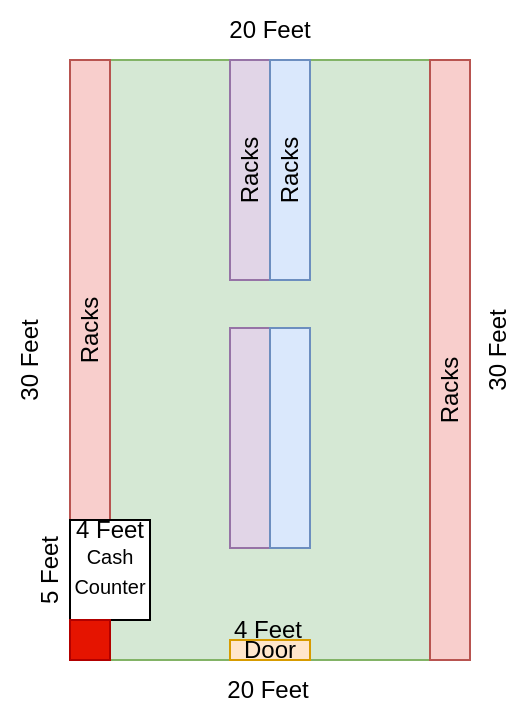
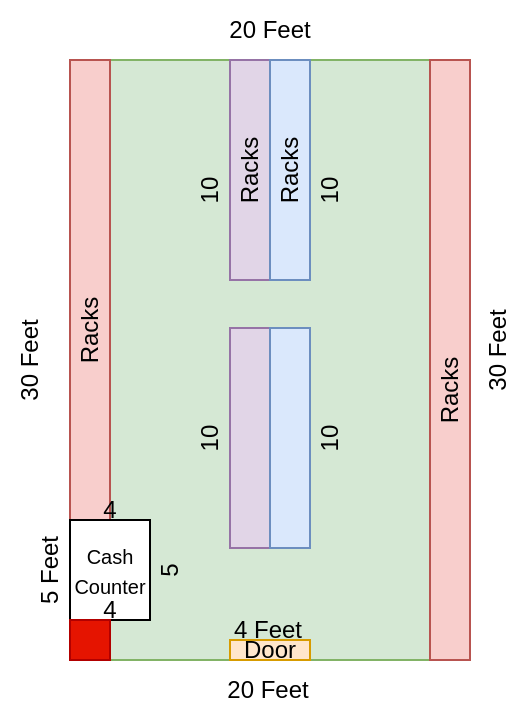
<mxfile host="app.diagrams.net">
  <diagram name="Page-1" id="zG6hiOXuOmAUIq7qCYwK">
    <mxGraphModel dx="651" dy="364" grid="1" gridSize="10" guides="1" tooltips="1" connect="1" arrows="1" fold="1" page="1" pageScale="1" pageWidth="827" pageHeight="1169" math="0" shadow="0">
      <root>
        <mxCell id="0" />
        <mxCell id="1" parent="0" />
        <mxCell id="E7O0KfWV2V88D2bBGpZ0-1" parent="1" style="whiteSpace=wrap;html=1;fillColor=#d5e8d4;strokeColor=#82b366;" value="" vertex="1">
          <mxGeometry height="300" width="200" x="230" y="170" as="geometry" />
        </mxCell>
        <mxCell id="E7O0KfWV2V88D2bBGpZ0-2" parent="1" style="whiteSpace=wrap;html=1;fillColor=#f8cecc;strokeColor=#b85450;" value="" vertex="1">
          <mxGeometry height="230" width="20" x="230" y="170" as="geometry" />
        </mxCell>
        <mxCell id="E7O0KfWV2V88D2bBGpZ0-3" parent="1" style="whiteSpace=wrap;html=1;fillColor=#f8cecc;strokeColor=#b85450;" value="" vertex="1">
          <mxGeometry height="300" width="20" x="410" y="170" as="geometry" />
        </mxCell>
        <mxCell id="E7O0KfWV2V88D2bBGpZ0-4" parent="1" style="whiteSpace=wrap;html=1;fillColor=#e1d5e7;strokeColor=#9673a6;" value="" vertex="1">
          <mxGeometry height="110" width="20" x="310" y="170" as="geometry" />
        </mxCell>
        <mxCell id="E7O0KfWV2V88D2bBGpZ0-5" parent="1" style="whiteSpace=wrap;html=1;fillColor=#dae8fc;strokeColor=#6c8ebf;" value="" vertex="1">
          <mxGeometry height="110" width="20" x="330" y="170" as="geometry" />
        </mxCell>
        <mxCell id="E7O0KfWV2V88D2bBGpZ0-6" parent="1" style="whiteSpace=wrap;html=1;" value="&lt;font style=&quot;font-size: 10px;&quot;&gt;Cash&lt;/font&gt;&lt;div&gt;&lt;font style=&quot;font-size: 10px;&quot;&gt;Counter&lt;/font&gt;&lt;/div&gt;" vertex="1">
          <mxGeometry height="50" width="40" x="230" y="400" as="geometry" />
        </mxCell>
        <mxCell id="E7O0KfWV2V88D2bBGpZ0-7" parent="1" style="text;html=1;whiteSpace=wrap;strokeColor=none;fillColor=none;align=center;verticalAlign=middle;rounded=0;rotation=270;" value="Racks" vertex="1">
          <mxGeometry height="30" width="60" x="310" y="210" as="geometry" />
        </mxCell>
        <mxCell id="E7O0KfWV2V88D2bBGpZ0-8" parent="1" style="text;html=1;whiteSpace=wrap;strokeColor=none;fillColor=none;align=center;verticalAlign=middle;rounded=0;rotation=270;" value="Racks" vertex="1">
          <mxGeometry height="30" width="60" x="390" y="320" as="geometry" />
        </mxCell>
        <mxCell id="E7O0KfWV2V88D2bBGpZ0-9" parent="1" style="text;html=1;whiteSpace=wrap;strokeColor=none;fillColor=none;align=center;verticalAlign=middle;rounded=0;rotation=270;" value="Racks" vertex="1">
          <mxGeometry height="30" width="60" x="290" y="210" as="geometry" />
        </mxCell>
        <mxCell id="E7O0KfWV2V88D2bBGpZ0-10" parent="1" style="text;html=1;whiteSpace=wrap;strokeColor=none;fillColor=none;align=center;verticalAlign=middle;rounded=0;rotation=270;" value="Racks" vertex="1">
          <mxGeometry height="30" width="60" x="210" y="290" as="geometry" />
        </mxCell>
        <mxCell id="E7O0KfWV2V88D2bBGpZ0-11" parent="1" style="text;html=1;whiteSpace=wrap;strokeColor=#d79b00;fillColor=#ffe6cc;align=center;verticalAlign=middle;rounded=0;" value="Door" vertex="1">
          <mxGeometry height="10" width="40" x="310" y="460" as="geometry" />
        </mxCell>
        <mxCell id="E7O0KfWV2V88D2bBGpZ0-12" parent="1" style="text;html=1;whiteSpace=wrap;strokeColor=none;fillColor=none;align=center;verticalAlign=middle;rounded=0;" value="20 Feet" vertex="1">
          <mxGeometry height="30" width="60" x="299" y="470" as="geometry" />
        </mxCell>
        <mxCell id="E7O0KfWV2V88D2bBGpZ0-13" parent="1" style="text;html=1;whiteSpace=wrap;strokeColor=none;fillColor=none;align=center;verticalAlign=middle;rounded=0;" value="20 Feet" vertex="1">
          <mxGeometry height="30" width="60" x="300" y="140" as="geometry" />
        </mxCell>
        <mxCell id="E7O0KfWV2V88D2bBGpZ0-14" parent="1" style="text;html=1;whiteSpace=wrap;strokeColor=none;fillColor=none;align=center;verticalAlign=middle;rounded=0;rotation=270;" value="30 Feet" vertex="1">
          <mxGeometry height="30" width="60" x="414" y="300" as="geometry" />
        </mxCell>
        <mxCell id="E7O0KfWV2V88D2bBGpZ0-15" parent="1" style="text;html=1;whiteSpace=wrap;strokeColor=none;fillColor=none;align=center;verticalAlign=middle;rounded=0;rotation=270;" value="30 Feet" vertex="1">
          <mxGeometry height="30" width="60" x="180" y="305" as="geometry" />
        </mxCell>
        <mxCell id="E7O0KfWV2V88D2bBGpZ0-18" parent="1" style="whiteSpace=wrap;html=1;fillColor=#e1d5e7;strokeColor=#9673a6;" value="" vertex="1">
          <mxGeometry height="110" width="20" x="310" y="304" as="geometry" />
        </mxCell>
        <mxCell id="E7O0KfWV2V88D2bBGpZ0-20" parent="1" style="whiteSpace=wrap;html=1;fillColor=#dae8fc;strokeColor=#6c8ebf;" value="" vertex="1">
          <mxGeometry height="110" width="20" x="330" y="304" as="geometry" />
        </mxCell>
        <mxCell id="E7O0KfWV2V88D2bBGpZ0-21" parent="1" style="text;html=1;whiteSpace=wrap;strokeColor=none;fillColor=none;align=center;verticalAlign=middle;rounded=0;" value="4 Feet" vertex="1">
          <mxGeometry height="10" width="50" x="304" y="450" as="geometry" />
        </mxCell>
        <mxCell id="E7O0KfWV2V88D2bBGpZ0-22" parent="1" style="whiteSpace=wrap;html=1;aspect=fixed;fillColor=#e51400;fontColor=#ffffff;strokeColor=#B20000;" value="" vertex="1">
          <mxGeometry height="20" width="20" x="230" y="450" as="geometry" />
        </mxCell>
-         <mxCell id="E7O0KfWV2V88D2bBGpZ0-23" parent="1" style="text;html=1;whiteSpace=wrap;strokeColor=none;fillColor=none;align=center;verticalAlign=middle;rounded=0;" value="4 Feet" vertex="1">
-           <mxGeometry height="10" width="50" x="225" y="400" as="geometry" />
-         </mxCell>
        <mxCell id="E7O0KfWV2V88D2bBGpZ0-25" parent="1" style="text;html=1;whiteSpace=wrap;strokeColor=none;fillColor=none;align=center;verticalAlign=middle;rounded=0;rotation=270;" value="5 Feet" vertex="1">
          <mxGeometry height="10" width="40" x="200" y="420" as="geometry" />
+         </mxCell>
+         <mxCell id="E7O0KfWV2V88D2bBGpZ0-26" parent="1" style="text;html=1;whiteSpace=wrap;strokeColor=none;fillColor=none;align=center;verticalAlign=middle;rounded=0;" value="4" vertex="1">
+           <mxGeometry height="10" width="20" x="240" y="440" as="geometry" />
+         </mxCell>
+         <mxCell id="E7O0KfWV2V88D2bBGpZ0-27" parent="1" style="text;html=1;whiteSpace=wrap;strokeColor=none;fillColor=none;align=center;verticalAlign=middle;rounded=0;" value="4" vertex="1">
+           <mxGeometry height="10" width="20" x="240" y="390" as="geometry" />
+         </mxCell>
+         <mxCell id="E7O0KfWV2V88D2bBGpZ0-28" parent="1" style="text;html=1;whiteSpace=wrap;strokeColor=none;fillColor=none;align=center;verticalAlign=middle;rounded=0;rotation=270;" value="5" vertex="1">
+           <mxGeometry height="10" width="20" x="270" y="420" as="geometry" />
+         </mxCell>
+         <mxCell id="E7O0KfWV2V88D2bBGpZ0-29" parent="1" style="text;html=1;whiteSpace=wrap;strokeColor=none;fillColor=none;align=center;verticalAlign=middle;rounded=0;rotation=270;" value="10" vertex="1">
+           <mxGeometry height="10" width="20" x="290" y="230" as="geometry" />
+         </mxCell>
+         <mxCell id="E7O0KfWV2V88D2bBGpZ0-30" parent="1" style="text;html=1;whiteSpace=wrap;strokeColor=none;fillColor=none;align=center;verticalAlign=middle;rounded=0;rotation=270;" value="10" vertex="1">
+           <mxGeometry height="10" width="20" x="350" y="230" as="geometry" />
+         </mxCell>
+         <mxCell id="E7O0KfWV2V88D2bBGpZ0-31" parent="1" style="text;html=1;whiteSpace=wrap;strokeColor=none;fillColor=none;align=center;verticalAlign=middle;rounded=0;rotation=270;" value="10" vertex="1">
+           <mxGeometry height="10" width="20" x="290" y="354" as="geometry" />
+         </mxCell>
+         <mxCell id="E7O0KfWV2V88D2bBGpZ0-32" parent="1" style="text;html=1;whiteSpace=wrap;strokeColor=none;fillColor=none;align=center;verticalAlign=middle;rounded=0;rotation=270;" value="10" vertex="1">
+           <mxGeometry height="10" width="20" x="350" y="354" as="geometry" />
        </mxCell>
      </root>
    </mxGraphModel>
  </diagram>
</mxfile>
